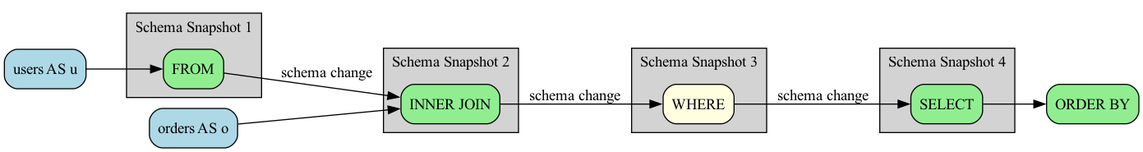
The Graphviz diagram examples/join_query_schema.png in rot1024/sqloflow, before a commit. Its source is kept beside it as examples/join_query_schema.dot. The source it was exported from:
```dot
digraph sqloflow {
  rankdir=LR;
  node [shape=box, style=rounded];

  node_0 [label="users AS u", fillcolor=lightblue, style="filled,rounded"];
  node_2 [label="orders AS o", fillcolor=lightblue, style="filled,rounded"];
  node_6 [label="ORDER BY", fillcolor=lightgreen, style="filled,rounded"];
  subgraph cluster_0 {
    label="Schema Snapshot 1";
    style=filled;
    fillcolor=lightgray;
    node_1 [label="FROM", fillcolor=lightgreen, style="filled,rounded"];
  }
  subgraph cluster_1 {
    label="Schema Snapshot 2";
    style=filled;
    fillcolor=lightgray;
    node_3 [label="INNER JOIN", fillcolor=lightgreen, style="filled,rounded"];
  }
  subgraph cluster_2 {
    label="Schema Snapshot 3";
    style=filled;
    fillcolor=lightgray;
    node_4 [label="WHERE", fillcolor=lightyellow, style="filled,rounded"];
  }
  subgraph cluster_3 {
    label="Schema Snapshot 4";
    style=filled;
    fillcolor=lightgray;
    node_5 [label="SELECT", fillcolor=lightgreen, style="filled,rounded"];
  }

  node_0 -> node_1 [color=black];
  node_1 -> node_3 [color=black, label="schema change"];
  node_2 -> node_3 [color=black];
  node_3 -> node_4 [color=black, label="schema change"];
  node_4 -> node_5 [color=black, label="schema change"];
  node_5 -> node_6 [color=black];
}
```
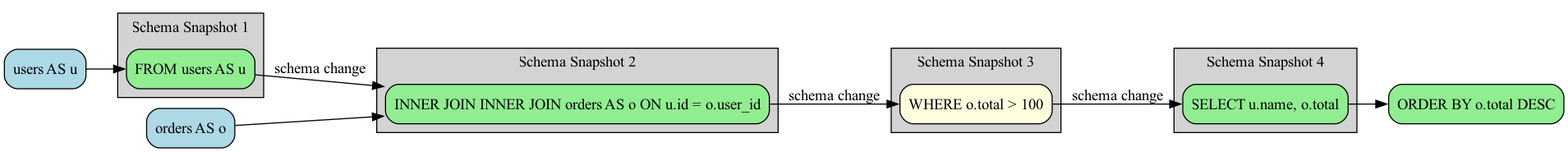
Above is the later version.

Diff of the diagram source:
```diff
@@ -4,30 +4,30 @@
 
   node_0 [label="users AS u", fillcolor=lightblue, style="filled,rounded"];
   node_2 [label="orders AS o", fillcolor=lightblue, style="filled,rounded"];
-  node_6 [label="ORDER BY", fillcolor=lightgreen, style="filled,rounded"];
+  node_6 [label="ORDER BY o.total DESC", fillcolor=lightgreen, style="filled,rounded"];
   subgraph cluster_0 {
     label="Schema Snapshot 1";
     style=filled;
     fillcolor=lightgray;
-    node_1 [label="FROM", fillcolor=lightgreen, style="filled,rounded"];
+    node_1 [label="FROM users AS u", fillcolor=lightgreen, style="filled,rounded"];
   }
   subgraph cluster_1 {
     label="Schema Snapshot 2";
     style=filled;
     fillcolor=lightgray;
-    node_3 [label="INNER JOIN", fillcolor=lightgreen, style="filled,rounded"];
+    node_3 [label="INNER JOIN INNER JOIN orders AS o ON u.id = o.user_id", fillcolor=lightgreen, style="filled,rounded"];
   }
   subgraph cluster_2 {
     label="Schema Snapshot 3";
     style=filled;
     fillcolor=lightgray;
-    node_4 [label="WHERE", fillcolor=lightyellow, style="filled,rounded"];
+    node_4 [label="WHERE o.total > 100", fillcolor=lightyellow, style="filled,rounded"];
   }
   subgraph cluster_3 {
     label="Schema Snapshot 4";
     style=filled;
     fillcolor=lightgray;
-    node_5 [label="SELECT", fillcolor=lightgreen, style="filled,rounded"];
+    node_5 [label="SELECT u.name, o.total", fillcolor=lightgreen, style="filled,rounded"];
   }
 
   node_0 -> node_1 [color=black];
```
